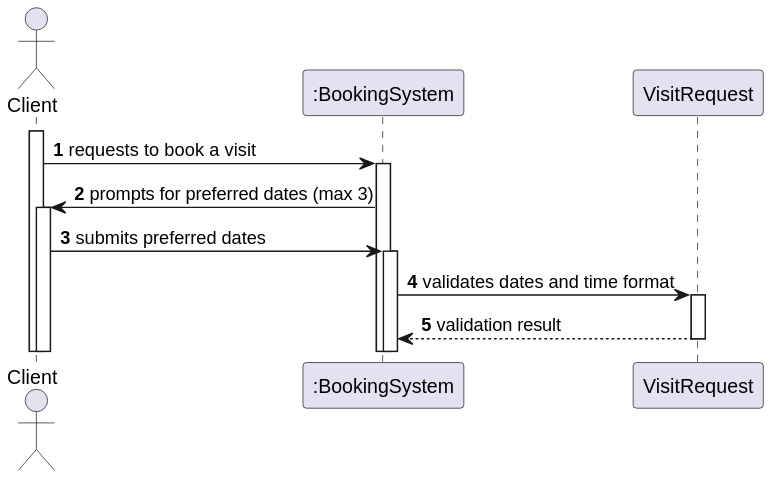
The PlantUML diagram docs/Sprint3/US31/US31-SSD.svg in goncalomaia18/leti-esoft-24-25-A2, before a commit.
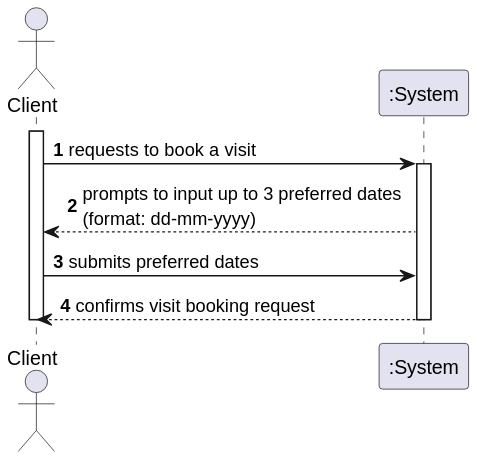
Above is the later version.

What changed in the source:
```diff
@@ -1,17 +1,17 @@
 @startuml
-autoactivate on
 autonumber
 
 actor "Client" as Client
-participant ":BookingSystem" as BookingSystem
-participant "VisitRequest" as VisitRequest
+participant ":System" as System
 
 activate Client
+Client -> System: requests to book a visit
+activate System
+System --> Client: prompts to input up to 3 preferred dates \n(format: dd-mm-yyyy)
 
-Client -> BookingSystem: requests to book a visit
-BookingSystem -> Client: prompts for preferred dates (max 3)
+Client -> System: submits preferred dates
 
-Client -> BookingSystem: submits preferred dates
-BookingSystem -> VisitRequest: validates dates and time format
-VisitRequest --> BookingSystem: validation result
+System --> Client: confirms visit booking request
+deactivate System
+deactivate Client
 @enduml
```
